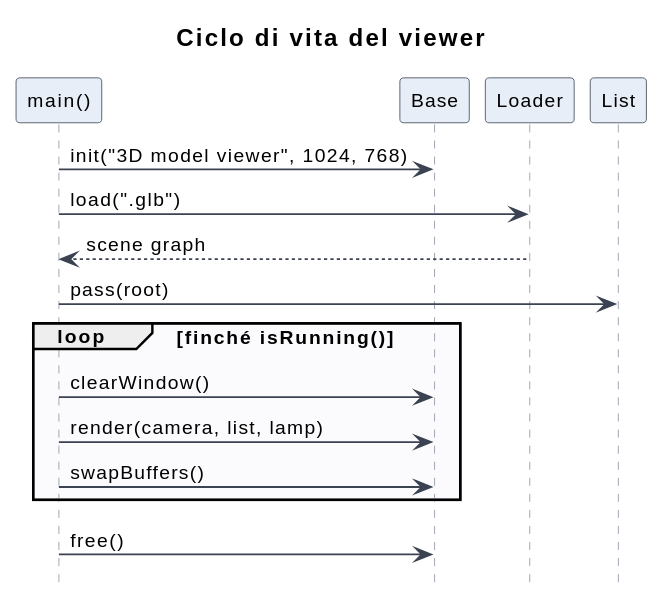
Alex111145/CompGraph keeps this PlantUML diagram as doc/uml/03_ciclo_viewer.svg. Above is the earlier version. Its diagram source:
```plantuml
@startuml
!include style.iuml
title Ciclo di vita del viewer
hide footbox

participant "main()" as main
participant "Base" as eng
participant "Loader" as loader
participant "List" as list

main -> eng : init("3D model viewer", 1024, 768)
main -> loader : load(".glb")
loader --> main : scene graph
main -> list : pass(root)
loop finché isRunning()
  main -> eng : clearWindow()
  main -> eng : render(camera, list, lamp)
  main -> eng : swapBuffers()
end
main -> eng : free()
@enduml
```
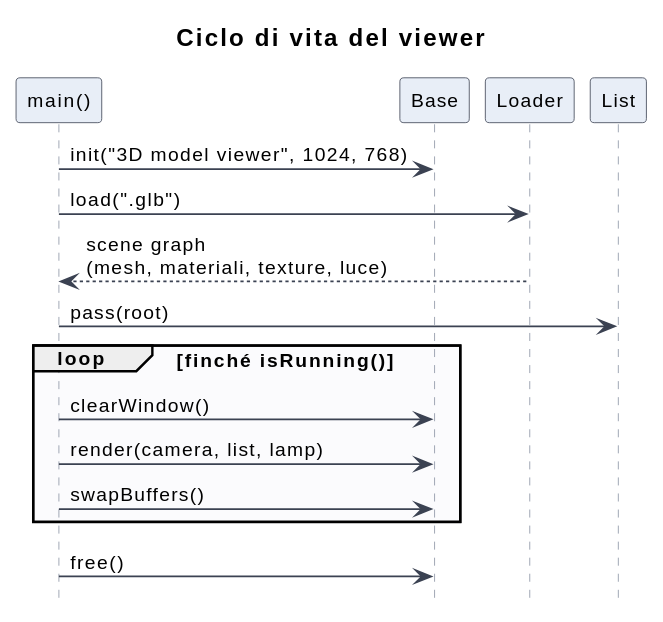
After the commit.

The edit, as a diff of the source:
```diff
@@ -10,7 +10,7 @@
 
 main -> eng : init("3D model viewer", 1024, 768)
 main -> loader : load(".glb")
-loader --> main : scene graph
+loader --> main : scene graph\n(mesh, materiali, texture, luce)
 main -> list : pass(root)
 loop finché isRunning()
   main -> eng : clearWindow()
```
